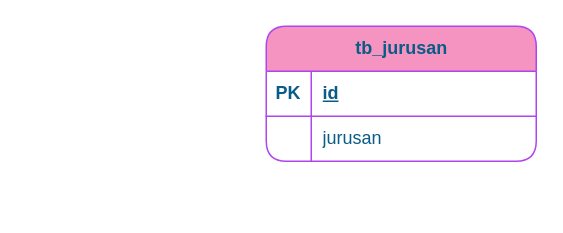
ZulfikriYahya/zulfikriyahya.github.io keeps this draw.io diagram as Untitled Diagram.drawio. Above is the earlier version. Source tidied: cells renumbered, new cells numbered last; positions are measured from the earlier drawing's top-left corner, leaving out a move shared by most shapes. Both pictures are drawn from the tidied source at 150%, with x=0, y=0 at pixel (266, 26).
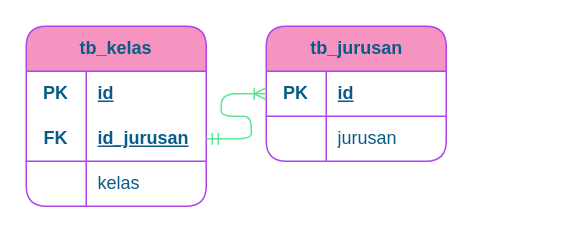
Above is the later version.

What changed in the source:
```diff
@@
 <mxGraphModel>
   <root>
     <mxCell id="0" />
     <mxCell id="1" parent="0" />
     <mxCell id="2" value="tb_jurusan" style="shape=table;startSize=30;childLayout=tableLayout;rowLines=0;fontStyle=1;align=center;html=1;strokeColor=#AF45ED;fontColor=#095C86;fillColor=#F694C1;rounded=1;" parent="1" vertex="1">
-      <mxGeometry width="180" height="90" as="geometry" />
+      <mxGeometry width="120" height="90" as="geometry" />
     </mxCell>
     <mxCell id="3" style="shape=tableRow;horizontal=0;startSize=0;swimlaneHead=0;swimlaneBody=0;fillColor=none;points=[[0,0.5],[1,0.5]];portConstraint=eastwest;top=0;left=0;right=0;bottom=1;strokeColor=#AF45ED;fontColor=#095C86;rounded=1;" parent="2" vertex="1">
-      <mxGeometry y="30" width="180" height="30" as="geometry" />
+      <mxGeometry y="30" width="120" height="30" as="geometry" />
     </mxCell>
     <mxCell id="4" value="PK" style="shape=partialRectangle;fillColor=none;top=0;left=0;bottom=0;right=0;fontStyle=1;overflow=hidden;whiteSpace=wrap;html=1;strokeColor=#AF45ED;fontColor=#095C86;rounded=1;" parent="3" vertex="1">
-      <mxGeometry width="30" height="30" as="geometry" />
+      <mxGeometry width="40" height="30" as="geometry" />
     </mxCell>
     <mxCell id="5" value="id" style="shape=partialRectangle;fillColor=none;top=0;left=0;bottom=0;right=0;align=left;spacingLeft=6;fontStyle=5;overflow=hidden;whiteSpace=wrap;html=1;strokeColor=#AF45ED;fontColor=#095C86;rounded=1;" parent="3" vertex="1">
-      <mxGeometry x="30" width="150" height="30" as="geometry" />
+      <mxGeometry x="40" width="80" height="30" as="geometry" />
     </mxCell>
     <mxCell id="6" style="shape=tableRow;horizontal=0;startSize=0;swimlaneHead=0;swimlaneBody=0;fillColor=none;top=0;left=0;right=0;bottom=0;strokeColor=#AF45ED;fontColor=#095C86;rounded=1;" parent="2" vertex="1">
-      <mxGeometry y="60" width="180" height="30" as="geometry" />
+      <mxGeometry y="60" width="120" height="30" as="geometry" />
     </mxCell>
     <mxCell id="7" style="shape=partialRectangle;fillColor=none;top=0;left=0;bottom=0;right=0;overflow=hidden;whiteSpace=wrap;html=1;strokeColor=#AF45ED;fontColor=#095C86;rounded=1;" parent="6" vertex="1">
-      <mxGeometry width="30" height="30" as="geometry" />
+      <mxGeometry width="40" height="30" as="geometry" />
     </mxCell>
     <mxCell id="8" value="jurusan" style="shape=partialRectangle;fillColor=none;top=0;left=0;bottom=0;right=0;align=left;spacingLeft=6;overflow=hidden;whiteSpace=wrap;html=1;strokeColor=#AF45ED;fontColor=#095C86;rounded=1;" parent="6" vertex="1">
-      <mxGeometry x="30" width="150" height="30" as="geometry" />
+      <mxGeometry x="40" width="80" height="30" as="geometry" />
     </mxCell>
+    <mxCell id="9" value="tb_kelas" style="shape=table;startSize=30;childLayout=tableLayout;rowLines=0;fontStyle=1;align=center;html=1;whiteSpace=wrap;rounded=1;strokeColor=#AF45ED;fontColor=#095C86;fillColor=#F694C1;" parent="1" vertex="1">
+      <mxGeometry x="-160" width="120" height="120" as="geometry" />
+    </mxCell>
+    <mxCell id="10" style="shape=tableRow;horizontal=0;startSize=0;swimlaneHead=0;swimlaneBody=0;fillColor=none;top=0;left=0;right=0;bottom=0;html=1;rounded=1;strokeColor=#AF45ED;fontColor=#095C86;" parent="9" vertex="1">
+      <mxGeometry y="30" width="120" height="30" as="geometry" />
+    </mxCell>
+    <mxCell id="11" value="PK" style="shape=partialRectangle;fillColor=none;top=0;left=0;bottom=0;right=0;fontStyle=1;overflow=hidden;html=1;whiteSpace=wrap;rounded=1;strokeColor=#AF45ED;fontColor=#095C86;" parent="10" vertex="1">
+      <mxGeometry width="40" height="30" as="geometry" />
+    </mxCell>
+    <mxCell id="12" value="id" style="shape=partialRectangle;fillColor=none;top=0;left=0;bottom=0;right=0;align=left;spacingLeft=6;fontStyle=5;overflow=hidden;html=1;whiteSpace=wrap;rounded=1;strokeColor=#AF45ED;fontColor=#095C86;" parent="10" vertex="1">
+      <mxGeometry x="40" width="80" height="30" as="geometry" />
+    </mxCell>
+    <mxCell id="13" style="shape=tableRow;horizontal=0;startSize=0;swimlaneHead=0;swimlaneBody=0;fillColor=none;points=[[0,0.5],[1,0.5]];portConstraint=eastwest;top=0;left=0;right=0;bottom=1;html=1;rounded=1;strokeColor=#AF45ED;fontColor=#095C86;" parent="9" vertex="1">
+      <mxGeometry y="60" width="120" height="30" as="geometry" />
+    </mxCell>
+    <mxCell id="14" value="FK" style="shape=partialRectangle;fillColor=none;top=0;left=0;bottom=0;right=0;fontStyle=1;overflow=hidden;html=1;whiteSpace=wrap;rounded=1;strokeColor=#AF45ED;fontColor=#095C86;" parent="13" vertex="1">
+      <mxGeometry width="40" height="30" as="geometry" />
+    </mxCell>
+    <mxCell id="15" value="id_jurusan" style="shape=partialRectangle;fillColor=none;top=0;left=0;bottom=0;right=0;align=left;spacingLeft=6;fontStyle=5;overflow=hidden;html=1;whiteSpace=wrap;rounded=1;strokeColor=#AF45ED;fontColor=#095C86;" parent="13" vertex="1">
+      <mxGeometry x="40" width="80" height="30" as="geometry" />
+    </mxCell>
+    <mxCell id="16" style="shape=tableRow;horizontal=0;startSize=0;swimlaneHead=0;swimlaneBody=0;fillColor=none;top=0;left=0;right=0;bottom=0;html=1;rounded=1;strokeColor=#AF45ED;fontColor=#095C86;" parent="9" vertex="1">
+      <mxGeometry y="90" width="120" height="30" as="geometry" />
+    </mxCell>
+    <mxCell id="17" style="shape=partialRectangle;fillColor=none;top=0;left=0;bottom=0;right=0;overflow=hidden;html=1;whiteSpace=wrap;rounded=1;strokeColor=#AF45ED;fontColor=#095C86;" parent="16" vertex="1">
+      <mxGeometry width="40" height="30" as="geometry" />
+    </mxCell>
+    <mxCell id="18" value="kelas" style="shape=partialRectangle;fillColor=none;top=0;left=0;bottom=0;right=0;align=left;spacingLeft=6;overflow=hidden;html=1;whiteSpace=wrap;rounded=1;strokeColor=#AF45ED;fontColor=#095C86;" parent="16" vertex="1">
+      <mxGeometry x="40" width="80" height="30" as="geometry" />
+    </mxCell>
+    <mxCell id="19" style="edgeStyle=entityRelationEdgeStyle;fontSize=12;html=1;endArrow=ERmandOne;startArrow=ERoneToMany;rounded=1;strokeColor=#60E696;fontColor=#095C86;fillColor=#F694C1;startFill=0;" parent="1" edge="1" source="3" target="13">
+      <mxGeometry relative="1" as="geometry" />
+    </mxCell>
   </root>
 </mxGraphModel>
```
